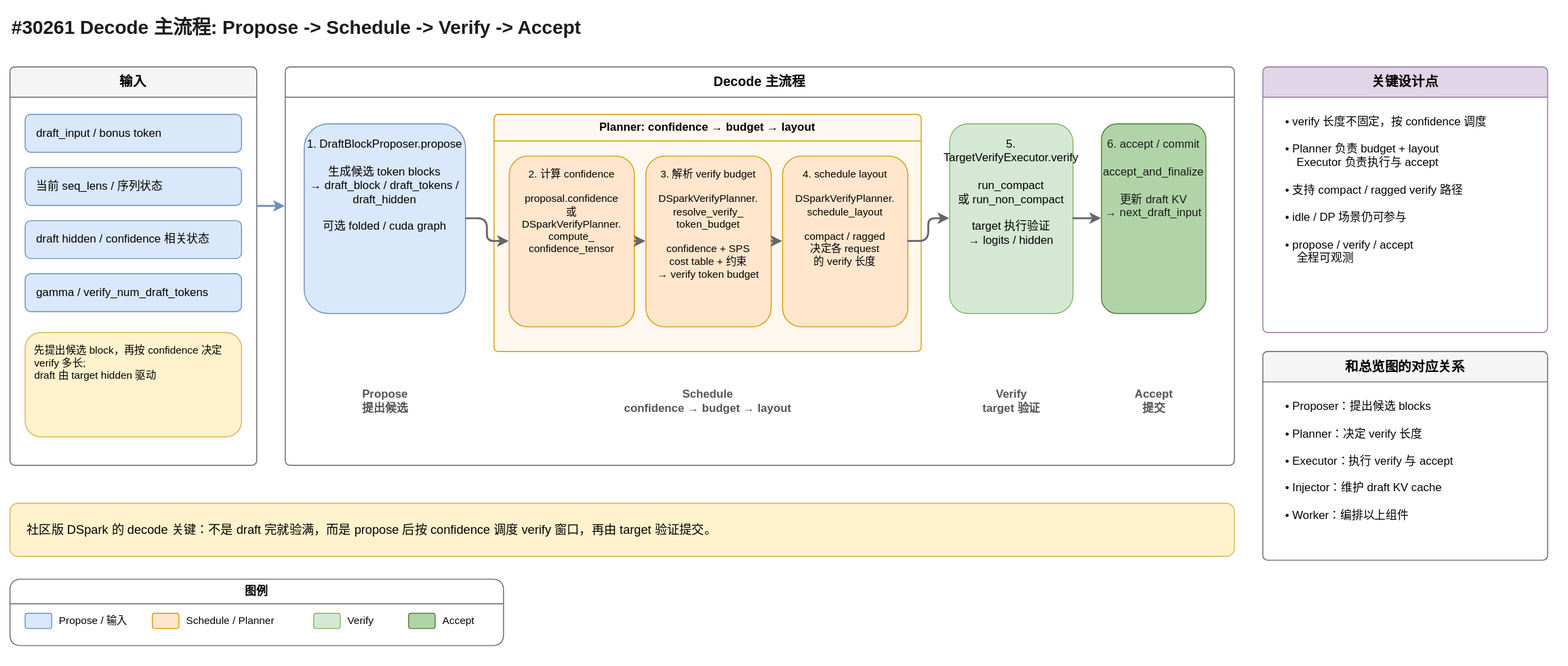
Above: artifacts/dspark-decode-main-flow.svg in learning-sketch/drawio-skill (draw.io), before the change. Source tidied: cells renumbered, new cells last; positions are measured from the earlier drawing's top-left corner, leaving out a move shared by most shapes.
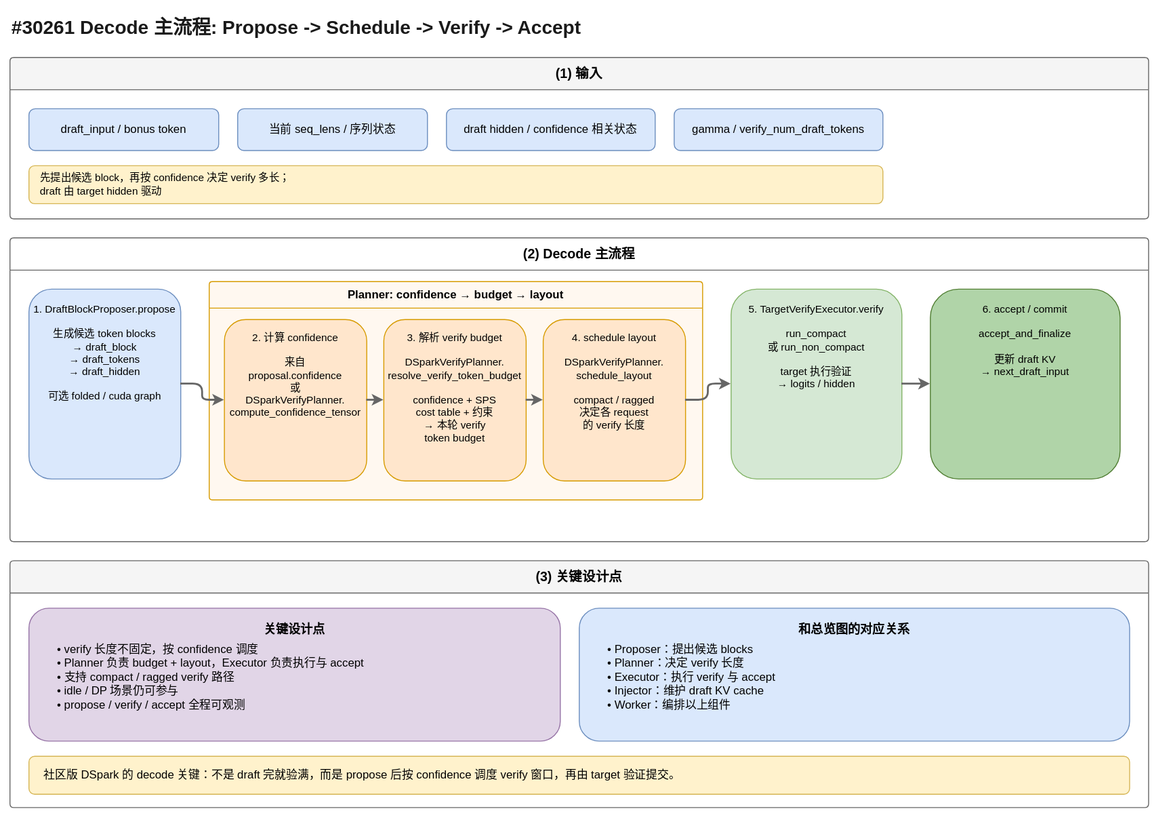
After the change.

Commit message:
fix: match original top-middle-bottom layout for #30261 decode flow

The edit, as a diff of the source:
```diff
@@ -3,43 +3,43 @@
     <mxCell id="0" />
     <mxCell id="1" parent="0" />
     <mxCell id="2" value="#30261 Decode 主流程: Propose -&gt; Schedule -&gt; Verify -&gt; Accept" style="text;html=1;align=left;verticalAlign=middle;fontSize=20;fontStyle=1;fontColor=#1a1a1a;" parent="1" vertex="1">
-      <mxGeometry width="980" height="36" as="geometry" />
+      <mxGeometry width="1000" height="36" as="geometry" />
     </mxCell>
-    <mxCell id="3" value="输入" style="swimlane;startSize=32;fillColor=#f5f5f5;strokeColor=#666666;fontStyle=1;fontSize=14;rounded=1;arcSize=6;whiteSpace=wrap;html=1;" parent="1" vertex="1">
-      <mxGeometry y="60" width="260" height="420" as="geometry" />
-    </mxCell>
+    <mxCell id="41" value="(1) 输入" style="swimlane;startSize=34;fillColor=#f5f5f5;strokeColor=#666666;fontStyle=1;fontSize=14;rounded=1;arcSize=4;whiteSpace=wrap;html=1;" parent="1" vertex="1">
+      <mxGeometry y="50" width="1200" height="170" as="geometry" />
+    </mxCell>
-    <mxCell id="4" value="draft_input / bonus token" style="rounded=1;whiteSpace=wrap;html=1;fillColor=#dae8fc;strokeColor=#6c8ebf;align=left;spacingLeft=10;fontSize=12;" parent="3" vertex="1">
-      <mxGeometry x="16" y="50" width="228" height="40" as="geometry" />
+    <mxCell id="4" value="draft_input / bonus token" style="rounded=1;whiteSpace=wrap;html=1;fillColor=#dae8fc;strokeColor=#6c8ebf;fontSize=12;" parent="41" vertex="1">
+      <mxGeometry x="20" y="54" width="200" height="44" as="geometry" />
     </mxCell>
-    <mxCell id="5" value="当前 seq_lens / 序列状态" style="rounded=1;whiteSpace=wrap;html=1;fillColor=#dae8fc;strokeColor=#6c8ebf;align=left;spacingLeft=10;fontSize=12;" parent="3" vertex="1">
-      <mxGeometry x="16" y="106" width="228" height="40" as="geometry" />
+    <mxCell id="5" value="当前 seq_lens / 序列状态" style="rounded=1;whiteSpace=wrap;html=1;fillColor=#dae8fc;strokeColor=#6c8ebf;fontSize=12;" parent="41" vertex="1">
+      <mxGeometry x="240" y="54" width="200" height="44" as="geometry" />
     </mxCell>
-    <mxCell id="6" value="draft hidden / confidence 相关状态" style="rounded=1;whiteSpace=wrap;html=1;fillColor=#dae8fc;strokeColor=#6c8ebf;align=left;spacingLeft=10;fontSize=12;" parent="3" vertex="1">
-      <mxGeometry x="16" y="162" width="228" height="40" as="geometry" />
+    <mxCell id="6" value="draft hidden / confidence 相关状态" style="rounded=1;whiteSpace=wrap;html=1;fillColor=#dae8fc;strokeColor=#6c8ebf;fontSize=12;" parent="41" vertex="1">
+      <mxGeometry x="460" y="54" width="220" height="44" as="geometry" />
     </mxCell>
-    <mxCell id="7" value="gamma / verify_num_draft_tokens" style="rounded=1;whiteSpace=wrap;html=1;fillColor=#dae8fc;strokeColor=#6c8ebf;align=left;spacingLeft=10;fontSize=12;" parent="3" vertex="1">
-      <mxGeometry x="16" y="218" width="228" height="40" as="geometry" />
+    <mxCell id="7" value="gamma / verify_num_draft_tokens" style="rounded=1;whiteSpace=wrap;html=1;fillColor=#dae8fc;strokeColor=#6c8ebf;fontSize=12;" parent="41" vertex="1">
+      <mxGeometry x="700" y="54" width="220" height="44" as="geometry" />
     </mxCell>
-    <mxCell id="8" value="先提出候选 block，再按 confidence 决定 verify 多长;&#10;draft 由 target hidden 驱动" style="rounded=1;whiteSpace=wrap;html=1;fillColor=#fff2cc;strokeColor=#d6b656;align=left;spacingLeft=8;spacingRight=8;fontSize=11;verticalAlign=top;spacingTop=6;" parent="3" vertex="1">
-      <mxGeometry x="16" y="280" width="228" height="110" as="geometry" />
+    <mxCell id="8" value="先提出候选 block，再按 confidence 决定 verify 多长；&#10;draft 由 target hidden 驱动" style="rounded=1;whiteSpace=wrap;html=1;fillColor=#fff2cc;strokeColor=#d6b656;align=left;spacingLeft=10;spacingRight=8;fontSize=11;verticalAlign=middle;" parent="41" vertex="1">
+      <mxGeometry x="20" y="114" width="900" height="40" as="geometry" />
     </mxCell>
-    <mxCell id="9" value="Decode 主流程" style="swimlane;startSize=32;fillColor=#ffffff;strokeColor=#666666;fontStyle=1;fontSize=14;rounded=1;arcSize=6;whiteSpace=wrap;html=1;" parent="1" vertex="1">
-      <mxGeometry x="290" y="60" width="1000" height="420" as="geometry" />
-    </mxCell>
+    <mxCell id="42" value="(2) Decode 主流程" style="swimlane;startSize=34;fillColor=#ffffff;strokeColor=#666666;fontStyle=1;fontSize=14;rounded=1;arcSize=4;whiteSpace=wrap;html=1;" parent="1" vertex="1">
+      <mxGeometry y="240" width="1200" height="320" as="geometry" />
+    </mxCell>
-    <mxCell id="10" value="1. DraftBlockProposer.propose&#10;&#10;生成候选 token blocks&#10;→ draft_block / draft_tokens / draft_hidden&#10;&#10;可选 folded / cuda graph" style="rounded=1;whiteSpace=wrap;html=1;fillColor=#dae8fc;strokeColor=#6c8ebf;align=center;verticalAlign=top;spacingTop=8;fontSize=12;fontStyle=0;" parent="9" vertex="1">
-      <mxGeometry x="20" y="60" width="170" height="200" as="geometry" />
+    <mxCell id="10" value="1. DraftBlockProposer.propose&#10;&#10;生成候选 token blocks&#10;→ draft_block&#10;→ draft_tokens&#10;→ draft_hidden&#10;&#10;可选 folded / cuda graph" style="rounded=1;whiteSpace=wrap;html=1;fillColor=#dae8fc;strokeColor=#6c8ebf;align=center;verticalAlign=top;spacingTop=8;fontSize=11;" parent="42" vertex="1">
+      <mxGeometry x="20" y="54" width="160" height="200" as="geometry" />
     </mxCell>
-    <mxCell id="11" value="Planner: confidence → budget → layout" style="swimlane;startSize=28;fillColor=#fff8f0;strokeColor=#d79b00;fontStyle=1;fontSize=12;rounded=1;arcSize=6;whiteSpace=wrap;html=1;swimlaneFillColor=#fff8f0;" parent="9" vertex="1">
-      <mxGeometry x="220" y="50" width="450" height="250" as="geometry" />
+    <mxCell id="11" value="Planner: confidence → budget → layout" style="swimlane;startSize=28;fillColor=#fff8f0;strokeColor=#d79b00;fontStyle=1;fontSize=12;rounded=1;arcSize=4;whiteSpace=wrap;html=1;swimlaneFillColor=#fff8f0;" parent="42" vertex="1">
+      <mxGeometry x="210" y="46" width="520" height="230" as="geometry" />
     </mxCell>
-    <mxCell id="12" value="2. 计算 confidence&#10;&#10;proposal.confidence&#10;或&#10;DSparkVerifyPlanner.&#10;compute_&#10;confidence_tensor" style="rounded=1;whiteSpace=wrap;html=1;fillColor=#ffe6cc;strokeColor=#d79b00;align=center;verticalAlign=top;spacingTop=6;fontSize=11;" parent="11" vertex="1">
-      <mxGeometry x="16" y="44" width="132" height="180" as="geometry" />
+    <mxCell id="12" value="2. 计算 confidence&#10;&#10;来自&#10;proposal.confidence&#10;或&#10;DSparkVerifyPlanner.&#10;compute_confidence_tensor" style="rounded=1;whiteSpace=wrap;html=1;fillColor=#ffe6cc;strokeColor=#d79b00;align=center;verticalAlign=top;spacingTop=6;fontSize=11;" parent="11" vertex="1">
+      <mxGeometry x="16" y="40" width="150" height="170" as="geometry" />
     </mxCell>
-    <mxCell id="13" value="3. 解析 verify budget&#10;&#10;DSparkVerifyPlanner.&#10;resolve_verify_&#10;token_budget&#10;&#10;confidence + SPS&#10;cost table + 约束&#10;→ verify token budget" style="rounded=1;whiteSpace=wrap;html=1;fillColor=#ffe6cc;strokeColor=#d79b00;align=center;verticalAlign=top;spacingTop=6;fontSize=11;" parent="11" vertex="1">
-      <mxGeometry x="160" y="44" width="132" height="180" as="geometry" />
+    <mxCell id="13" value="3. 解析 verify budget&#10;&#10;DSparkVerifyPlanner.&#10;resolve_verify_token_budget&#10;&#10;confidence + SPS&#10;cost table + 约束&#10;→ 本轮 verify&#10;token budget" style="rounded=1;whiteSpace=wrap;html=1;fillColor=#ffe6cc;strokeColor=#d79b00;align=center;verticalAlign=top;spacingTop=6;fontSize=11;" parent="11" vertex="1">
+      <mxGeometry x="184" y="40" width="150" height="170" as="geometry" />
     </mxCell>
     <mxCell id="14" value="4. schedule layout&#10;&#10;DSparkVerifyPlanner.&#10;schedule_layout&#10;&#10;compact / ragged&#10;决定各 request&#10;的 verify 长度" style="rounded=1;whiteSpace=wrap;html=1;fillColor=#ffe6cc;strokeColor=#d79b00;align=center;verticalAlign=top;spacingTop=6;fontSize=11;" parent="11" vertex="1">
-      <mxGeometry x="304" y="44" width="132" height="180" as="geometry" />
+      <mxGeometry x="352" y="40" width="150" height="170" as="geometry" />
     </mxCell>
     <mxCell id="15" style="edgeStyle=orthogonalEdgeStyle;rounded=1;jettySize=auto;html=1;strokeColor=#666666;strokeWidth=2;exitX=1;exitY=0.5;exitDx=0;exitDy=0;entryX=0;entryY=0.5;entryDx=0;entryDy=0;" parent="11" edge="1" source="12" target="13">
       <mxGeometry relative="1" as="geometry" />
@@ -47,77 +47,38 @@
     <mxCell id="16" style="edgeStyle=orthogonalEdgeStyle;rounded=1;jettySize=auto;html=1;strokeColor=#666666;strokeWidth=2;exitX=1;exitY=0.5;exitDx=0;exitDy=0;entryX=0;entryY=0.5;entryDx=0;entryDy=0;" parent="11" edge="1" source="13" target="14">
       <mxGeometry relative="1" as="geometry" />
     </mxCell>
-    <mxCell id="17" value="5. TargetVerifyExecutor.verify&#10;&#10;run_compact&#10;或 run_non_compact&#10;&#10;target 执行验证&#10;→ logits / hidden" style="rounded=1;whiteSpace=wrap;html=1;fillColor=#d5e8d4;strokeColor=#82b366;align=center;verticalAlign=top;spacingTop=8;fontSize=12;" parent="9" vertex="1">
-      <mxGeometry x="700" y="60" width="130" height="200" as="geometry" />
+    <mxCell id="17" value="5. TargetVerifyExecutor.verify&#10;&#10;run_compact&#10;或 run_non_compact&#10;&#10;target 执行验证&#10;→ logits / hidden" style="rounded=1;whiteSpace=wrap;html=1;fillColor=#d5e8d4;strokeColor=#82b366;align=center;verticalAlign=top;spacingTop=8;fontSize=11;" parent="42" vertex="1">
+      <mxGeometry x="760" y="54" width="180" height="200" as="geometry" />
     </mxCell>
-    <mxCell id="18" value="6. accept / commit&#10;&#10;accept_and_finalize&#10;&#10;更新 draft KV&#10;→ next_draft_input" style="rounded=1;whiteSpace=wrap;html=1;fillColor=#b0d4a8;strokeColor=#507e32;align=center;verticalAlign=top;spacingTop=8;fontSize=12;fontColor=#1a1a1a;" parent="9" vertex="1">
-      <mxGeometry x="860" y="60" width="110" height="200" as="geometry" />
+    <mxCell id="18" value="6. accept / commit&#10;&#10;accept_and_finalize&#10;&#10;更新 draft KV&#10;→ next_draft_input" style="rounded=1;whiteSpace=wrap;html=1;fillColor=#b0d4a8;strokeColor=#507e32;align=center;verticalAlign=top;spacingTop=8;fontSize=11;" parent="42" vertex="1">
+      <mxGeometry x="970" y="54" width="200" height="200" as="geometry" />
     </mxCell>
-    <mxCell id="19" style="edgeStyle=orthogonalEdgeStyle;rounded=1;jettySize=auto;html=1;strokeColor=#666666;strokeWidth=2;exitX=1;exitY=0.5;exitDx=0;exitDy=0;entryX=0;entryY=0.5;entryDx=0;entryDy=0;" parent="9" edge="1" source="10" target="12">
+    <mxCell id="19" style="edgeStyle=orthogonalEdgeStyle;rounded=1;jettySize=auto;html=1;strokeColor=#666666;strokeWidth=2;exitX=1;exitY=0.5;exitDx=0;exitDy=0;entryX=0;entryY=0.5;entryDx=0;entryDy=0;" parent="42" edge="1" source="10" target="12">
       <mxGeometry relative="1" as="geometry" />
     </mxCell>
-    <mxCell id="20" style="edgeStyle=orthogonalEdgeStyle;rounded=1;jettySize=auto;html=1;strokeColor=#666666;strokeWidth=2;exitX=1;exitY=0.5;exitDx=0;exitDy=0;entryX=0;entryY=0.5;entryDx=0;entryDy=0;" parent="9" edge="1" source="14" target="17">
+    <mxCell id="20" style="edgeStyle=orthogonalEdgeStyle;rounded=1;jettySize=auto;html=1;strokeColor=#666666;strokeWidth=2;exitX=1;exitY=0.5;exitDx=0;exitDy=0;entryX=0;entryY=0.5;entryDx=0;entryDy=0;" parent="42" edge="1" source="14" target="17">
       <mxGeometry relative="1" as="geometry" />
     </mxCell>
-    <mxCell id="21" style="edgeStyle=orthogonalEdgeStyle;rounded=1;jettySize=auto;html=1;strokeColor=#666666;strokeWidth=2;exitX=1;exitY=0.5;exitDx=0;exitDy=0;entryX=0;entryY=0.5;entryDx=0;entryDy=0;" parent="9" edge="1" source="17" target="18">
+    <mxCell id="21" style="edgeStyle=orthogonalEdgeStyle;rounded=1;jettySize=auto;html=1;strokeColor=#666666;strokeWidth=2;exitX=1;exitY=0.5;exitDx=0;exitDy=0;entryX=0;entryY=0.5;entryDx=0;entryDy=0;" parent="42" edge="1" source="17" target="18">
       <mxGeometry relative="1" as="geometry" />
     </mxCell>
-    <mxCell id="22" value="Propose&#10;提出候选" style="text;html=1;align=center;verticalAlign=middle;fontSize=12;fontStyle=1;fontColor=#555555;" parent="9" vertex="1">
-      <mxGeometry x="20" y="330" width="170" height="44" as="geometry" />
-    </mxCell>
-    <mxCell id="23" value="Schedule&#10;confidence → budget → layout" style="text;html=1;align=center;verticalAlign=middle;fontSize=12;fontStyle=1;fontColor=#555555;" parent="9" vertex="1">
-      <mxGeometry x="220" y="330" width="450" height="44" as="geometry" />
-    </mxCell>
-    <mxCell id="24" value="Verify&#10;target 验证" style="text;html=1;align=center;verticalAlign=middle;fontSize=12;fontStyle=1;fontColor=#555555;" parent="9" vertex="1">
-      <mxGeometry x="700" y="330" width="130" height="44" as="geometry" />
-    </mxCell>
-    <mxCell id="25" value="Accept&#10;提交" style="text;html=1;align=center;verticalAlign=middle;fontSize=12;fontStyle=1;fontColor=#555555;" parent="9" vertex="1">
-      <mxGeometry x="860" y="330" width="110" height="44" as="geometry" />
-    </mxCell>
-    <mxCell id="26" style="edgeStyle=orthogonalEdgeStyle;rounded=1;jettySize=auto;html=1;strokeColor=#6c8ebf;strokeWidth=2;exitX=1;exitY=0.35;exitDx=0;exitDy=0;entryX=0;entryY=0.35;entryDx=0;entryDy=0;" parent="1" edge="1" source="3" target="9">
-      <mxGeometry relative="1" as="geometry" />
-    </mxCell>
+    <mxCell id="43" value="(3) 关键设计点" style="swimlane;startSize=34;fillColor=#f5f5f5;strokeColor=#666666;fontStyle=1;fontSize=14;rounded=1;arcSize=4;whiteSpace=wrap;html=1;" parent="1" vertex="1">
+      <mxGeometry y="580" width="1200" height="260" as="geometry" />
+    </mxCell>
-    <mxCell id="27" value="关键设计点" style="swimlane;startSize=32;fillColor=#e1d5e7;strokeColor=#9673a6;fontStyle=1;fontSize=14;rounded=1;arcSize=6;whiteSpace=wrap;html=1;" parent="1" vertex="1">
-      <mxGeometry x="1320" y="60" width="300" height="280" as="geometry" />
+    <mxCell id="27" value="关键设计点" style="rounded=1;whiteSpace=wrap;html=1;fillColor=#e1d5e7;strokeColor=#9673a6;fontStyle=1;fontSize=13;align=center;verticalAlign=top;spacingTop=8;" parent="43" vertex="1">
+      <mxGeometry x="20" y="50" width="560" height="140" as="geometry" />
     </mxCell>
-    <mxCell id="28" value="• verify 长度不固定，按 confidence 调度&#10;&#10;• Planner 负责 budget + layout&#10;　Executor 负责执行与 accept&#10;&#10;• 支持 compact / ragged verify 路径&#10;&#10;• idle / DP 场景仍可参与&#10;&#10;• propose / verify / accept&#10;　全程可观测" style="text;html=1;align=left;verticalAlign=top;spacingLeft=12;spacingTop=4;fontSize=12;whiteSpace=wrap;" parent="27" vertex="1">
-      <mxGeometry x="10" y="40" width="280" height="220" as="geometry" />
+    <mxCell id="28" value="• verify 长度不固定，按 confidence 调度&#10;• Planner 负责 budget + layout，Executor 负责执行与 accept&#10;• 支持 compact / ragged verify 路径&#10;• idle / DP 场景仍可参与&#10;• propose / verify / accept 全程可观测" style="text;html=1;align=left;verticalAlign=top;spacingLeft=12;fontSize=12;whiteSpace=wrap;" parent="43" vertex="1">
+      <mxGeometry x="36" y="80" width="528" height="100" as="geometry" />
     </mxCell>
-    <mxCell id="29" value="和总览图的对应关系" style="swimlane;startSize=32;fillColor=#f5f5f5;strokeColor=#666666;fontStyle=1;fontSize=14;rounded=1;arcSize=6;whiteSpace=wrap;html=1;" parent="1" vertex="1">
-      <mxGeometry x="1320" y="360" width="300" height="220" as="geometry" />
+    <mxCell id="29" value="和总览图的对应关系" style="rounded=1;whiteSpace=wrap;html=1;fillColor=#dae8fc;strokeColor=#6c8ebf;fontStyle=1;fontSize=13;align=center;verticalAlign=top;spacingTop=8;" parent="43" vertex="1">
+      <mxGeometry x="600" y="50" width="580" height="140" as="geometry" />
     </mxCell>
-    <mxCell id="30" value="• Proposer：提出候选 blocks&#10;&#10;• Planner：决定 verify 长度&#10;&#10;• Executor：执行 verify 与 accept&#10;&#10;• Injector：维护 draft KV cache&#10;&#10;• Worker：编排以上组件" style="text;html=1;align=left;verticalAlign=top;spacingLeft=12;spacingTop=4;fontSize=12;whiteSpace=wrap;" parent="29" vertex="1">
-      <mxGeometry x="10" y="40" width="280" height="160" as="geometry" />
+    <mxCell id="30" value="• Proposer：提出候选 blocks&#10;• Planner：决定 verify 长度&#10;• Executor：执行 verify 与 accept&#10;• Injector：维护 draft KV cache&#10;• Worker：编排以上组件" style="text;html=1;align=left;verticalAlign=top;spacingLeft=12;fontSize=12;whiteSpace=wrap;" parent="43" vertex="1">
+      <mxGeometry x="616" y="80" width="548" height="100" as="geometry" />
     </mxCell>
-    <mxCell id="31" value="社区版 DSpark 的 decode 关键：不是 draft 完就验满，而是 propose 后按 confidence 调度 verify 窗口，再由 target 验证提交。" style="rounded=1;whiteSpace=wrap;html=1;fillColor=#fff2cc;strokeColor=#d6b656;align=left;spacingLeft=16;spacingRight=16;fontSize=13;fontStyle=0;verticalAlign=middle;" parent="1" vertex="1">
-      <mxGeometry y="520" width="1290" height="56" as="geometry" />
+    <mxCell id="31" value="社区版 DSpark 的 decode 关键：不是 draft 完就验满，而是 propose 后按 confidence 调度 verify 窗口，再由 target 验证提交。" style="rounded=1;whiteSpace=wrap;html=1;fillColor=#fff2cc;strokeColor=#d6b656;align=left;spacingLeft=14;spacingRight=12;fontSize=12;verticalAlign=middle;" parent="43" vertex="1">
+      <mxGeometry x="20" y="206" width="1160" height="40" as="geometry" />
     </mxCell>
-    <mxCell id="32" value="图例" style="swimlane;startSize=26;fillColor=#ffffff;strokeColor=#666666;fontStyle=1;fontSize=12;rounded=1;whiteSpace=wrap;html=1;" parent="1" vertex="1">
-      <mxGeometry y="600" width="520" height="70" as="geometry" />
-    </mxCell>
-    <mxCell id="33" style="rounded=1;html=1;fillColor=#dae8fc;strokeColor=#6c8ebf;" parent="32" vertex="1">
-      <mxGeometry x="16" y="36" width="28" height="16" as="geometry" />
-    </mxCell>
-    <mxCell id="34" value="Propose / 输入" style="text;html=1;align=left;verticalAlign=middle;fontSize=11;" parent="32" vertex="1">
-      <mxGeometry x="50" y="34" width="90" height="20" as="geometry" />
-    </mxCell>
-    <mxCell id="35" style="rounded=1;html=1;fillColor=#ffe6cc;strokeColor=#d79b00;" parent="32" vertex="1">
-      <mxGeometry x="150" y="36" width="28" height="16" as="geometry" />
-    </mxCell>
-    <mxCell id="36" value="Schedule / Planner" style="text;html=1;align=left;verticalAlign=middle;fontSize=11;" parent="32" vertex="1">
-      <mxGeometry x="184" y="34" width="120" height="20" as="geometry" />
-    </mxCell>
-    <mxCell id="37" style="rounded=1;html=1;fillColor=#d5e8d4;strokeColor=#82b366;" parent="32" vertex="1">
-      <mxGeometry x="320" y="36" width="28" height="16" as="geometry" />
-    </mxCell>
-    <mxCell id="38" value="Verify" style="text;html=1;align=left;verticalAlign=middle;fontSize=11;" parent="32" vertex="1">
-      <mxGeometry x="354" y="34" width="50" height="20" as="geometry" />
-    </mxCell>
-    <mxCell id="39" style="rounded=1;html=1;fillColor=#b0d4a8;strokeColor=#507e32;" parent="32" vertex="1">
-      <mxGeometry x="420" y="36" width="28" height="16" as="geometry" />
-    </mxCell>
-    <mxCell id="40" value="Accept" style="text;html=1;align=left;verticalAlign=middle;fontSize=11;" parent="32" vertex="1">
-      <mxGeometry x="454" y="34" width="50" height="20" as="geometry" />
-    </mxCell>
   </root>
 </mxGraphModel>
```
